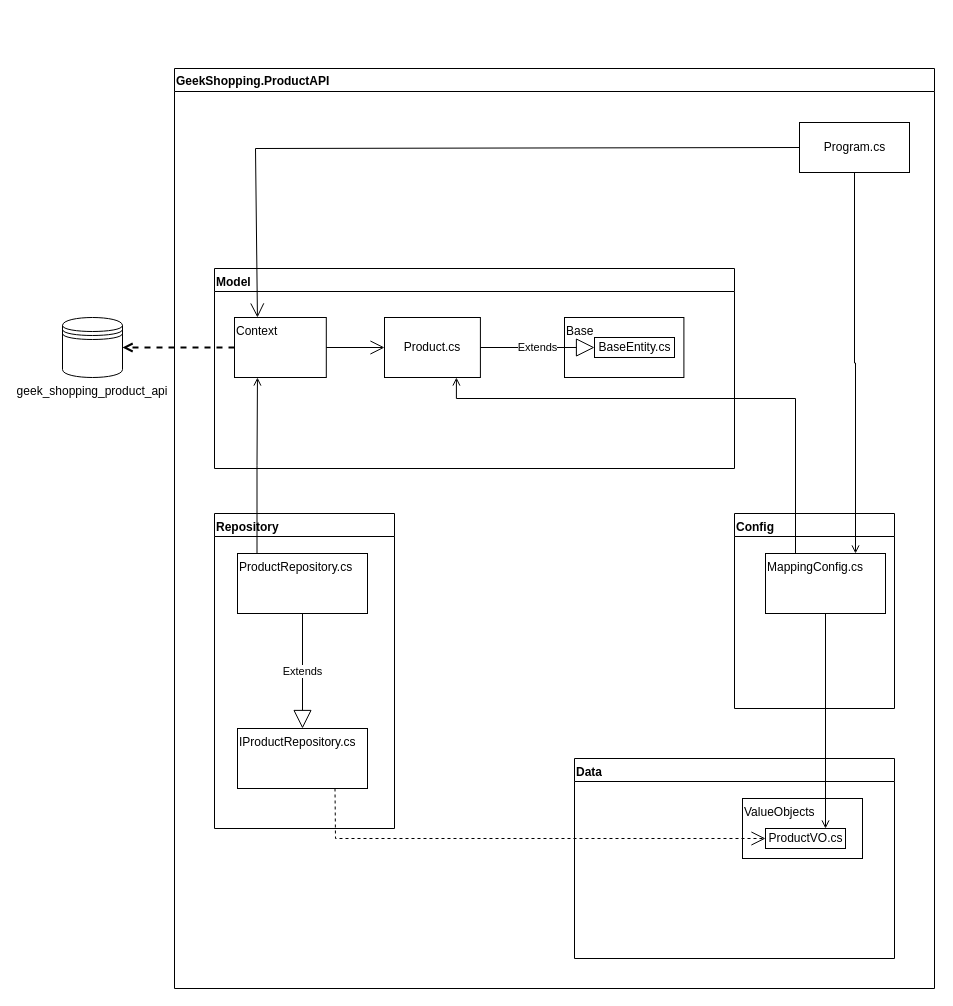
This is GeekShopping/Docs/GeekShopping.ProductAPI.drawio from giovanesd/erudio-microservices-dotnet6, a draw.io file, before an edit. Source tidied: cells renumbered, new cells numbered last; positions are measured from the earlier drawing's top-left corner, leaving out a move shared by most shapes. Both pictures are drawn from the tidied source at 100%, with x=0, y=0 at pixel (62, 68).
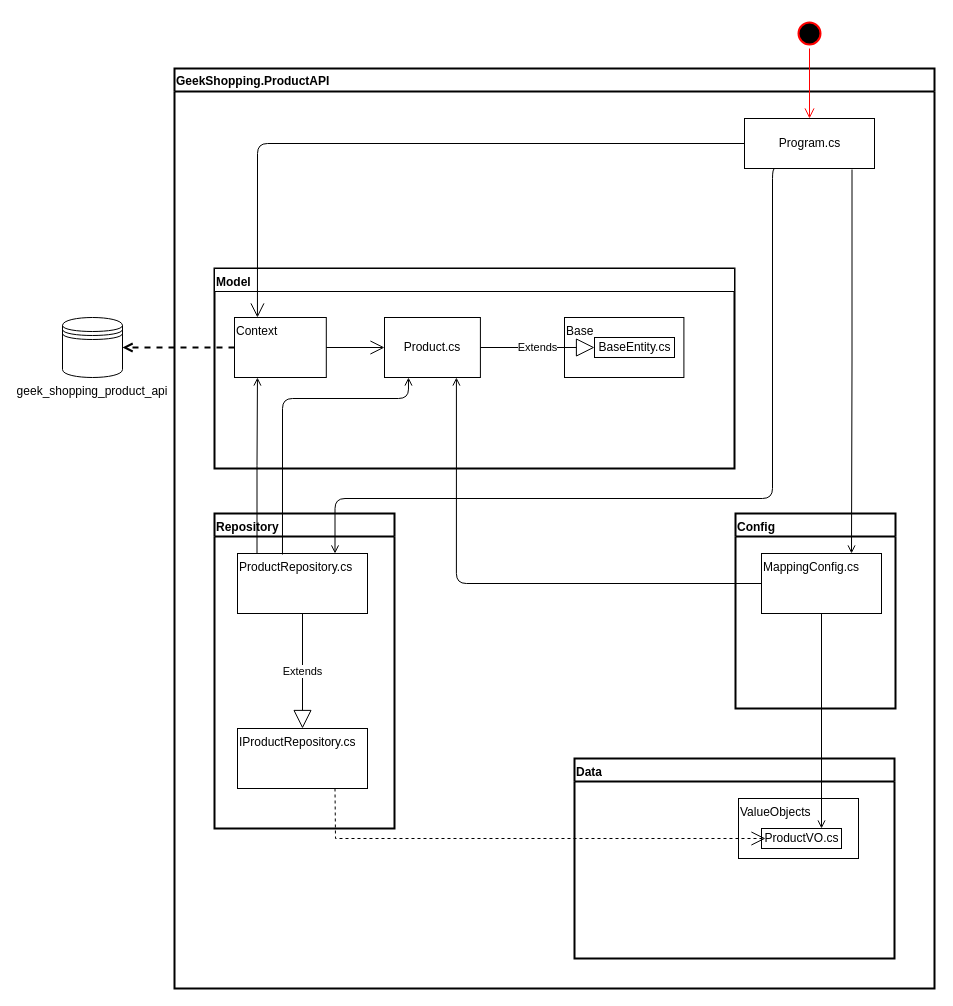
The same diagram, later.

Commit message (it also covers changes not shown here):
MS ProductAPI: Implemented create, update and delete in the ProductRepository.

The change refers to these unchanged cells:
```xml
<mxCell id="4" value="Context" style="rounded=0;whiteSpace=wrap;html=1;align=left;verticalAlign=top;" parent="3" vertex="1">
  <mxGeometry x="20" y="49" width="91.8" height="60" as="geometry" />
</mxCell>
<mxCell id="7" value="Product.cs" style="rounded=0;whiteSpace=wrap;html=1;" parent="3" vertex="1">
  <mxGeometry x="170" y="49" width="95.9" height="60" as="geometry" />
</mxCell>
<mxCell id="16" value="ProductRepository.cs" style="rounded=0;whiteSpace=wrap;html=1;align=left;verticalAlign=top;" parent="14" vertex="1">
  <mxGeometry x="23" y="40" width="130" height="60" as="geometry" />
</mxCell>
```

What changed in the source:
```diff
@@
-    <mxCell id="2" style="group;align=left;verticalAlign=top;" parent="1" vertex="1">
+    <mxCell id="2" style="group;align=left;verticalAlign=top;strokeColor=default;strokeWidth=2;" parent="1" vertex="1">
       <mxGeometry x="152" y="200" width="520" height="200" as="geometry" />
     </mxCell>
@@
-    <mxCell id="10" value="GeekShopping.ProductAPI" style="swimlane;align=left;" parent="1" vertex="1">
+    <mxCell id="10" value="GeekShopping.ProductAPI" style="swimlane;align=left;strokeWidth=2;" parent="1" vertex="1">
       <mxGeometry x="112" width="760" height="920" as="geometry" />
     </mxCell>
-    <mxCell id="11" value="Config" style="swimlane;whiteSpace=wrap;html=1;align=left;verticalAlign=top;" parent="10" vertex="1">
-      <mxGeometry x="560" y="445" width="160" height="195" as="geometry" />
+    <mxCell id="11" value="Config" style="swimlane;whiteSpace=wrap;html=1;align=left;verticalAlign=top;strokeWidth=2;" parent="10" vertex="1">
+      <mxGeometry x="561" y="445" width="160" height="195" as="geometry" />
     </mxCell>
     <mxCell id="12" value="MappingConfig.cs" style="rounded=0;whiteSpace=wrap;html=1;align=left;verticalAlign=top;" parent="11" vertex="1">
-      <mxGeometry x="31" y="40" width="120" height="60" as="geometry" />
+      <mxGeometry x="26" y="40" width="120" height="60" as="geometry" />
     </mxCell>
     <mxCell id="13" value="Program.cs" style="html=1;" parent="10" vertex="1">
-      <mxGeometry x="625" y="54" width="110" height="50" as="geometry" />
+      <mxGeometry x="570" y="50" width="130" height="50" as="geometry" />
     </mxCell>
-    <mxCell id="14" value="Repository" style="swimlane;whiteSpace=wrap;html=1;align=left;verticalAlign=top;" parent="10" vertex="1">
+    <mxCell id="14" value="Repository" style="swimlane;whiteSpace=wrap;html=1;align=left;verticalAlign=top;strokeWidth=2;" parent="10" vertex="1">
       <mxGeometry x="40" y="445" width="180" height="315" as="geometry" />
     </mxCell>
@@
-    <mxCell id="18" style="edgeStyle=orthogonalEdgeStyle;rounded=0;jettySize=auto;html=1;exitX=0.5;exitY=1;exitDx=0;exitDy=0;entryX=0.75;entryY=0;entryDx=0;entryDy=0;endArrow=open;endFill=0;" parent="10" edge="1" source="13" target="12">
+    <mxCell id="18" style="edgeStyle=orthogonalEdgeStyle;rounded=0;jettySize=auto;html=1;exitX=0.827;exitY=1.02;exitDx=0;exitDy=0;entryX=0.75;entryY=0;entryDx=0;entryDy=0;endArrow=open;endFill=0;exitPerimeter=0;" parent="10" edge="1" source="13" target="12">
       <mxGeometry relative="1" as="geometry" />
     </mxCell>
-    <mxCell id="19" value="Data" style="swimlane;whiteSpace=wrap;html=1;align=left;verticalAlign=top;" parent="10" vertex="1">
+    <mxCell id="19" value="Data" style="swimlane;whiteSpace=wrap;html=1;align=left;verticalAlign=top;strokeWidth=2;" parent="10" vertex="1">
       <mxGeometry x="400" y="690" width="320" height="200" as="geometry" />
     </mxCell>
     <mxCell id="20" style="group;" parent="19" vertex="1">
-      <mxGeometry x="168" y="40" width="120" height="60" as="geometry" />
+      <mxGeometry x="164" y="40" width="120" height="60" as="geometry" />
     </mxCell>
@@
+    <mxCell id="30" style="edgeStyle=orthogonalEdgeStyle;jettySize=auto;html=1;exitX=0.25;exitY=1;exitDx=0;exitDy=0;strokeWidth=1;startArrow=none;startFill=0;endArrow=open;endFill=0;entryX=0.75;entryY=0;entryDx=0;entryDy=0;strokeColor=default;rounded=1;" parent="10" edge="1" source="13" target="16">
+      <mxGeometry relative="1" as="geometry">
+        <Array as="points">
+          <mxPoint x="598" y="100" />
+          <mxPoint x="598" y="430" />
+          <mxPoint x="161" y="430" />
+        </Array>
+      </mxGeometry>
+    </mxCell>
-    <mxCell id="25" style="endArrow=open;endFill=1;endSize=12;html=1;rounded=0;exitX=0;exitY=0.5;exitDx=0;exitDy=0;entryX=0.25;entryY=0;entryDx=0;entryDy=0;" parent="1" edge="1" source="13" target="4">
+    <mxCell id="25" style="endArrow=open;endFill=1;endSize=12;html=1;exitX=0;exitY=0.5;exitDx=0;exitDy=0;entryX=0.25;entryY=0;entryDx=0;entryDy=0;shadow=0;jumpStyle=none;rounded=1;" parent="1" edge="1" source="13" target="4">
       <mxGeometry relative="1" as="geometry">
         <Array as="points">
-          <mxPoint x="193" y="80" />
+          <mxPoint x="195" y="75" />
         </Array>
       </mxGeometry>
     </mxCell>
@@
-    <mxCell id="28" style="edgeStyle=orthogonalEdgeStyle;rounded=0;jettySize=auto;html=1;strokeWidth=1;endArrow=none;endFill=0;startArrow=open;startFill=0;entryX=0.25;entryY=0;entryDx=0;entryDy=0;exitX=0.75;exitY=1;exitDx=0;exitDy=0;" parent="1" edge="1" source="7" target="12">
-      <mxGeometry relative="1" as="geometry">
-        <Array as="points">
-          <mxPoint x="394" y="330" />
-          <mxPoint x="733" y="330" />
-        </Array>
-      </mxGeometry>
+    <mxCell id="28" style="edgeStyle=orthogonalEdgeStyle;rounded=1;jettySize=auto;html=1;strokeWidth=1;endArrow=none;endFill=0;startArrow=open;startFill=0;exitX=0.75;exitY=1;exitDx=0;exitDy=0;entryX=0;entryY=0.5;entryDx=0;entryDy=0;" parent="1" edge="1" source="7" target="12">
+      <mxGeometry relative="1" as="geometry" />
     </mxCell>
@@
+    <mxCell id="31" style="edgeStyle=orthogonalEdgeStyle;jettySize=auto;html=1;entryX=0.25;entryY=1;entryDx=0;entryDy=0;strokeWidth=1;startArrow=none;startFill=0;endArrow=open;endFill=0;exitX=0.346;exitY=0.017;exitDx=0;exitDy=0;exitPerimeter=0;rounded=1;" parent="1" edge="1" source="16" target="7">
+      <mxGeometry relative="1" as="geometry">
+        <Array as="points">
+          <mxPoint x="220" y="330" />
+          <mxPoint x="346" y="330" />
+        </Array>
+      </mxGeometry>
+    </mxCell>
+    <mxCell id="32" style="ellipse;html=1;shape=startState;fillColor=#000000;strokeColor=#ff0000;strokeWidth=2;" parent="1" vertex="1">
+      <mxGeometry x="732" y="-50" width="30" height="30" as="geometry" />
+    </mxCell>
+    <mxCell id="33" style="edgeStyle=orthogonalEdgeStyle;html=1;verticalAlign=bottom;endArrow=open;endSize=8;strokeColor=#ff0000;rounded=1;shadow=0;sketch=0;strokeWidth=1;jumpStyle=none;entryX=0.5;entryY=0;entryDx=0;entryDy=0;" parent="1" edge="1" source="32" target="13">
+      <mxGeometry relative="1" as="geometry" />
+    </mxCell>
```
